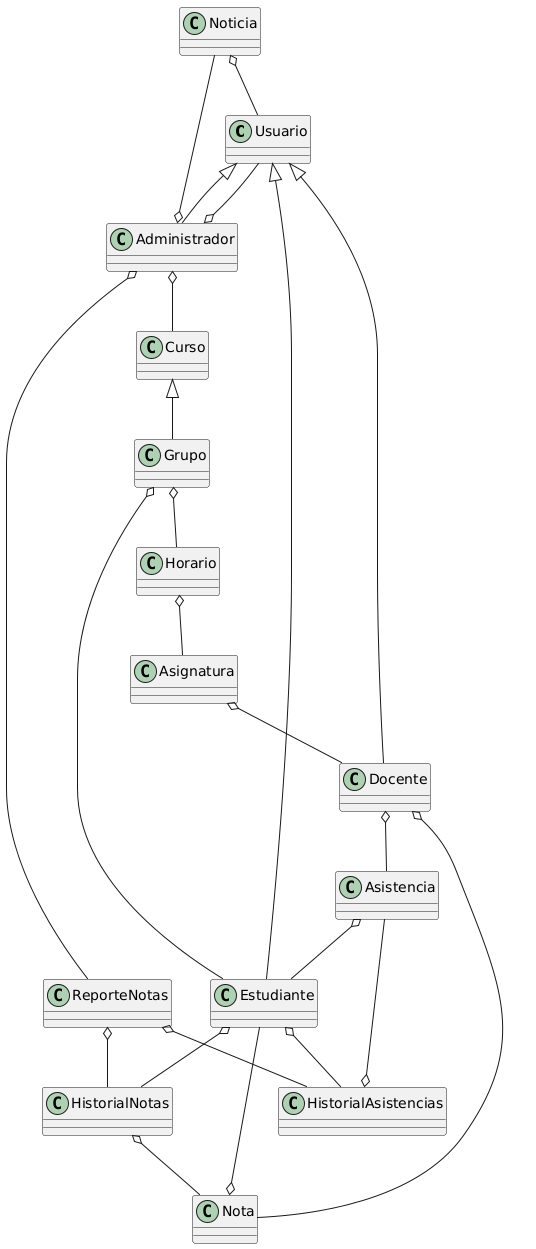
The PlantUML diagram Imágenes/Modelo_de_dominio.png in AlbeiroBurbanoTobar/SINAC, before a commit.
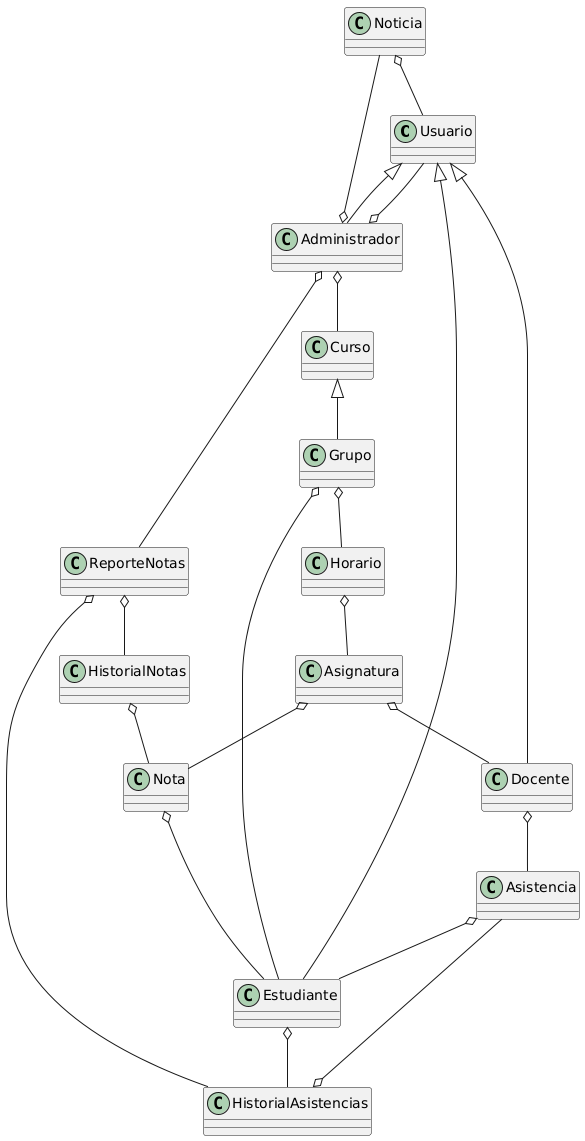
After the change.

What changed in the source:
```diff
@@ -26,10 +26,10 @@
 Grupo o-- Horario
 Horario o-- Asignatura
 Asignatura o-- Docente
+Asignatura o-- Nota
 
-Docente o-- Nota
+
 Nota o-- Estudiante
-Estudiante o-- HistorialNotas
 HistorialNotas o-- Nota
 
 Administrador o-- Curso
```
